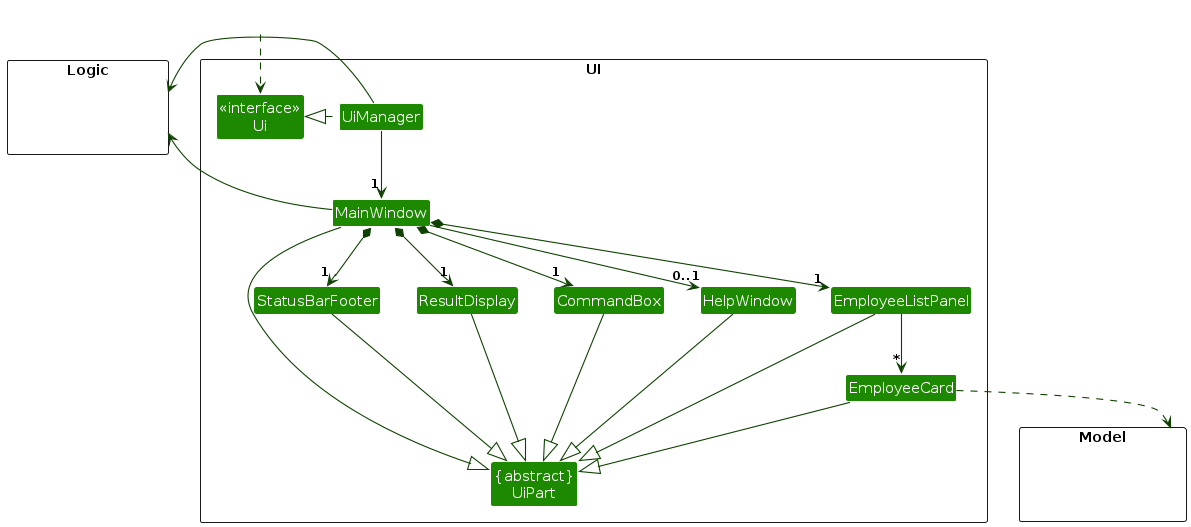
Above: diagrams/UiClassDiagram.png in AY2627S1-CS2103T-W10-4/tp (PlantUML), before the change. Its source is kept beside it as diagrams/UiClassDiagram.puml.
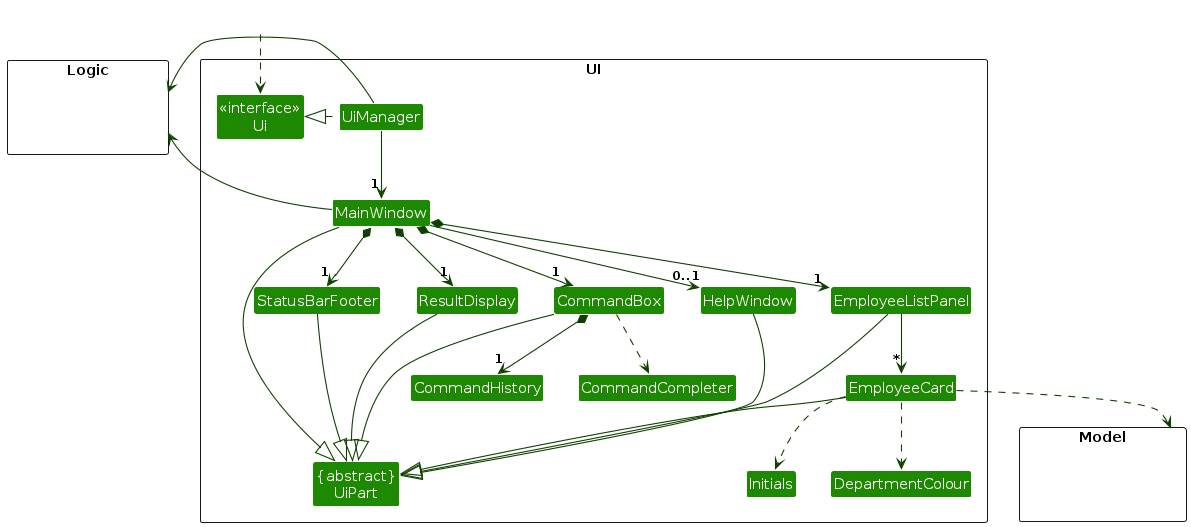
After the commit.

Diff of the diagram source:
```diff
@@ -15,6 +15,10 @@
 Class EmployeeCard
 Class StatusBarFooter
 Class CommandBox
+Class CommandHistory
+Class CommandCompleter
+Class DepartmentColour
+Class Initials
 }
 
 package Model <<Rectangle>> {
@@ -38,6 +42,11 @@
 
 EmployeeListPanel -down-> "*" EmployeeCard
 
+CommandBox *-down-> "1" CommandHistory
+CommandBox ..> CommandCompleter
+EmployeeCard ..> DepartmentColour
+EmployeeCard ..> Initials
+
 MainWindow -left-|> UiPart
 
 ResultDisplay --|> UiPart
```
